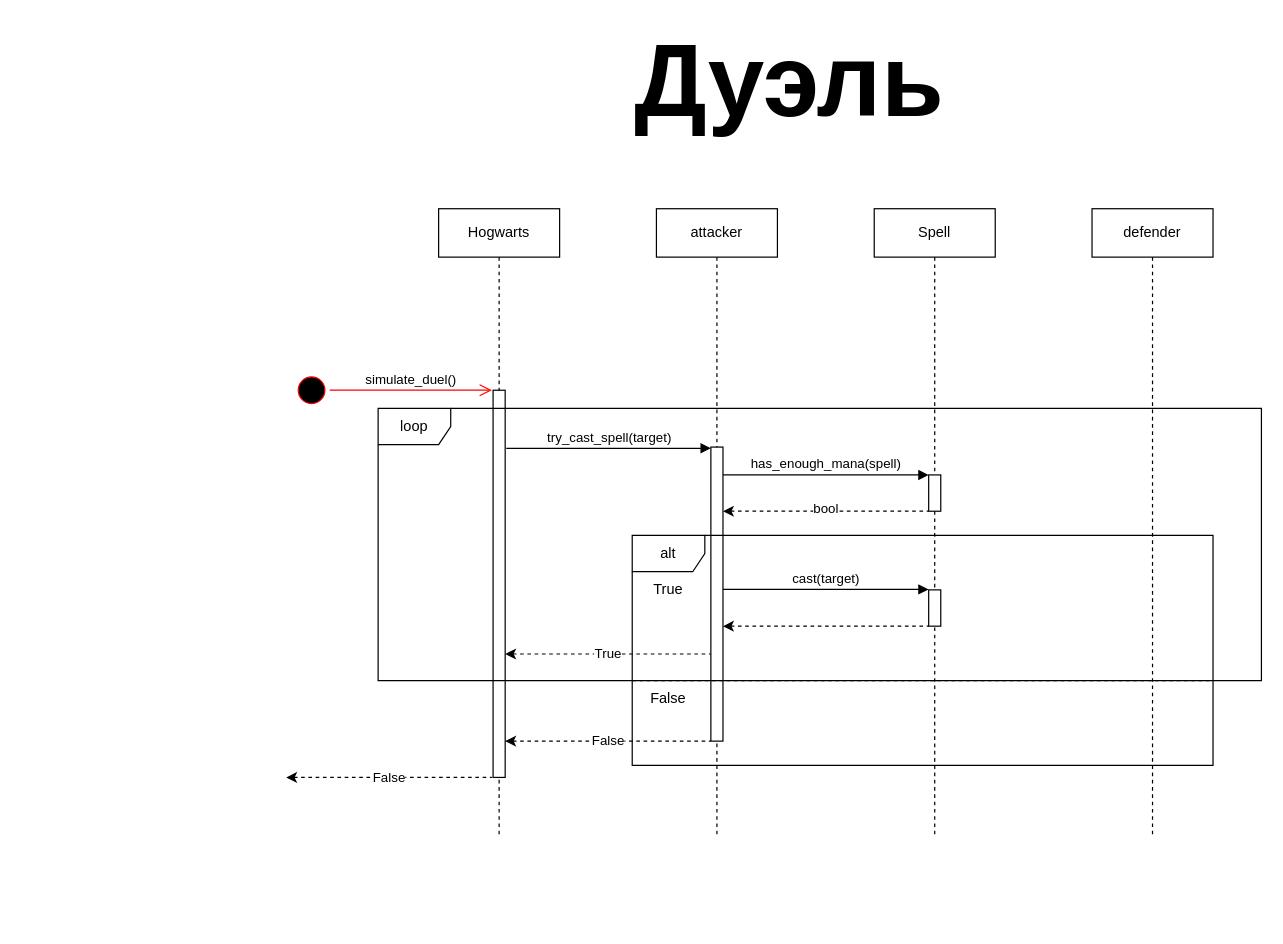
Before: hw_4/task4/SequenceDiagrammaTask4.drawio in yvi7693/oop_practices, a draw.io diagram. Source tidied: cells renumbered, new cells numbered last; positions are measured from the earlier drawing's top-left corner, leaving out a move shared by most shapes. Both pictures are drawn from the tidied source at 121%, with x=0, y=0 at pixel (286, 63).
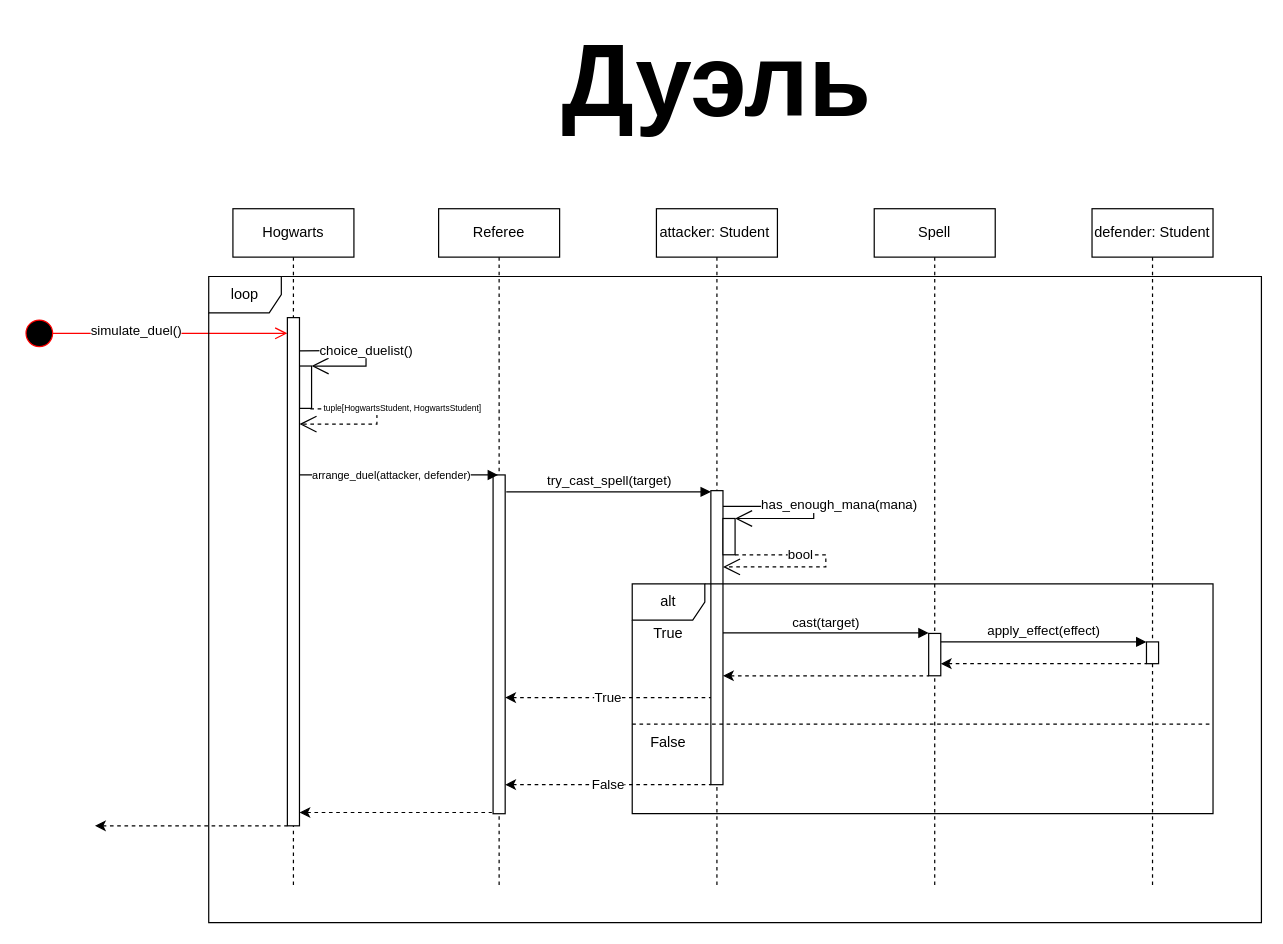
Above is the later version.

Commit message (it also covers changes not shown here):
добавлен класс referee

Diff of the diagram source:
```diff
@@
     <mxCell id="2" style="ellipse;html=1;shape=startState;fillColor=#000000;strokeColor=#ff0000;" parent="1" vertex="1">
-      <mxGeometry x="6" y="255" width="30" height="30" as="geometry" />
+      <mxGeometry x="-219" y="208" width="30" height="30" as="geometry" />
     </mxCell>
-    <mxCell id="3" value="simulate_duel()" style="edgeStyle=orthogonalEdgeStyle;html=1;verticalAlign=bottom;endArrow=open;endSize=8;strokeColor=#ff0000;rounded=0;" parent="1" edge="1" source="2">
-      <mxGeometry relative="1" as="geometry">
-        <mxPoint x="170" y="270" as="targetPoint" />
+    <mxCell id="3" value="simulate_duel()" style="edgeStyle=orthogonalEdgeStyle;html=1;verticalAlign=bottom;endArrow=open;endSize=8;strokeColor=#ff0000;rounded=0;" parent="1" edge="1">
+      <mxGeometry x="-0.29" y="-7" relative="1" as="geometry">
+        <mxPoint x="-193" y="223" as="sourcePoint" />
+        <mxPoint x="1" y="223" as="targetPoint" />
       </mxGeometry>
     </mxCell>
-    <mxCell id="4" value="attacker" style="shape=umlLifeline;perimeter=lifelinePerimeter;whiteSpace=wrap;html=1;newEdgeStyle={&quot;curved&quot;:0,&quot;rounded&quot;:0};" parent="1" vertex="1">
-      <mxGeometry x="306" y="120" width="100" height="520" as="geometry" />
+    <mxCell id="4" value="attacker: Student&amp;nbsp;" style="shape=umlLifeline;perimeter=lifelinePerimeter;whiteSpace=wrap;html=1;newEdgeStyle={&quot;curved&quot;:0,&quot;rounded&quot;:0};" parent="1" vertex="1">
+      <mxGeometry x="306" y="120" width="100" height="560" as="geometry" />
     </mxCell>
     <mxCell id="5" style="html=1;points=[[0,0,0,0,5],[0,1,0,0,-5],[1,0,0,0,5],[1,1,0,0,-5]];perimeter=orthogonalPerimeter;outlineConnect=0;targetShapes=umlLifeline;portConstraint=eastwest;newEdgeStyle={&quot;curved&quot;:0,&quot;rounded&quot;:0};" parent="4" vertex="1">
-      <mxGeometry x="45" y="197" width="10" height="243" as="geometry" />
+      <mxGeometry x="45" y="233" width="10" height="243" as="geometry" />
     </mxCell>
-    <mxCell id="6" value="Hogwarts" style="shape=umlLifeline;perimeter=lifelinePerimeter;whiteSpace=wrap;html=1;newEdgeStyle={&quot;curved&quot;:0,&quot;rounded&quot;:0};" parent="1" vertex="1">
-      <mxGeometry x="126" y="120" width="100" height="520" as="geometry" />
+    <mxCell id="6" value="Referee" style="shape=umlLifeline;perimeter=lifelinePerimeter;whiteSpace=wrap;html=1;newEdgeStyle={&quot;curved&quot;:0,&quot;rounded&quot;:0};" parent="1" vertex="1">
+      <mxGeometry x="126" y="120" width="100" height="560" as="geometry" />
     </mxCell>
     <mxCell id="7" style="html=1;perimeter=orthogonalPerimeter;targetShapes=umlLifeline;newEdgeStyle={&quot;curved&quot;:0,&quot;rounded&quot;:0};" parent="6" vertex="1">
-      <mxGeometry x="45" y="150" width="10" height="320" as="geometry" />
+      <mxGeometry x="45" y="220" width="10" height="280" as="geometry" />
     </mxCell>
     <mxCell id="8" value="Spell" style="shape=umlLifeline;perimeter=lifelinePerimeter;whiteSpace=wrap;html=1;newEdgeStyle={&quot;curved&quot;:0,&quot;rounded&quot;:0};" parent="1" vertex="1">
-      <mxGeometry x="486" y="120" width="100" height="520" as="geometry" />
+      <mxGeometry x="486" y="120" width="100" height="560" as="geometry" />
     </mxCell>
-    <mxCell id="9" value="defender" style="shape=umlLifeline;perimeter=lifelinePerimeter;whiteSpace=wrap;html=1;newEdgeStyle={&quot;curved&quot;:0,&quot;rounded&quot;:0};" parent="1" vertex="1">
-      <mxGeometry x="666" y="120" width="100" height="520" as="geometry" />
+    <mxCell id="9" value="defender: Student" style="shape=umlLifeline;perimeter=lifelinePerimeter;whiteSpace=wrap;html=1;newEdgeStyle={&quot;curved&quot;:0,&quot;rounded&quot;:0};" parent="1" vertex="1">
+      <mxGeometry x="666" y="120" width="100" height="560" as="geometry" />
     </mxCell>
     <mxCell id="10" value="alt" style="shape=umlFrame;whiteSpace=wrap;html=1;" parent="1" vertex="1">
-      <mxGeometry x="286" y="390" width="480" height="190" as="geometry" />
+      <mxGeometry x="286" y="430" width="480" height="190" as="geometry" />
     </mxCell>
     <mxCell id="11" style="endArrow=none;dashed=1;html=1;rounded=0;" parent="1" edge="1">
       <mxGeometry relative="1" as="geometry">
-        <mxPoint x="286" y="510" as="sourcePoint" />
-        <mxPoint x="765" y="510" as="targetPoint" />
+        <mxPoint x="286" y="546" as="sourcePoint" />
+        <mxPoint x="765" y="546" as="targetPoint" />
       </mxGeometry>
     </mxCell>
     <mxCell id="12" value="Дуэль" style="text;html=1;whiteSpace=wrap;strokeColor=none;fillColor=none;align=center;verticalAlign=middle;rounded=0;glass=0;fontStyle=1;fontSize=84;" parent="1" vertex="1">
-      <mxGeometry x="386" width="60" height="30" as="geometry" />
+      <mxGeometry x="326" width="60" height="30" as="geometry" />
     </mxCell>
     <mxCell id="13" value="try_cast_spell(target)" style="html=1;verticalAlign=bottom;endArrow=block;curved=0;rounded=0;" parent="1" edge="1" target="5">
       <mxGeometry relative="1" as="geometry">
-        <mxPoint x="181.9" y="318" as="sourcePoint" />
+        <mxPoint x="181.9" y="354" as="sourcePoint" />
         <Array as="points">
-          <mxPoint x="222" y="318" />
-          <mxPoint x="272" y="318" />
+          <mxPoint x="222" y="354" />
+          <mxPoint x="272" y="354" />
         </Array>
       </mxGeometry>
     </mxCell>
-    <mxCell id="14" value="loop" style="shape=umlFrame;whiteSpace=wrap;html=1;" parent="1" vertex="1">
-      <mxGeometry x="76" y="285" width="730" height="225" as="geometry" />
-    </mxCell>
-    <mxCell id="15" value="has_enough_mana(spell)" style="html=1;verticalAlign=bottom;endArrow=block;curved=0;rounded=0;" parent="1" edge="1" target="16">
-      <mxGeometry relative="1" as="geometry">
-        <mxPoint x="361" y="340" as="sourcePoint" />
-        <Array as="points">
-          <mxPoint x="401.1" y="340" />
-          <mxPoint x="451.1" y="340" />
-        </Array>
-      </mxGeometry>
-    </mxCell>
     <mxCell id="16" style="html=1;points=[[0,0,0,0,5],[0,1,0,0,-5],[1,0,0,0,5],[1,1,0,0,-5]];perimeter=orthogonalPerimeter;outlineConnect=0;targetShapes=umlLifeline;portConstraint=eastwest;newEdgeStyle={&quot;curved&quot;:0,&quot;rounded&quot;:0};" parent="1" vertex="1">
-      <mxGeometry x="531" y="340" width="10" height="30" as="geometry" />
+      <mxGeometry x="361" y="376" width="10" height="30" as="geometry" />
     </mxCell>
-    <mxCell id="17" style="endArrow=none;endFill=0;endSize=12;html=1;rounded=0;startArrow=classic;startFill=1;dashed=1;" parent="1" edge="1">
-      <mxGeometry relative="1" as="geometry">
-        <mxPoint x="361" y="370" as="sourcePoint" />
-        <mxPoint x="531" y="370" as="targetPoint" />
-      </mxGeometry>
-    </mxCell>
-    <mxCell id="18" value="bool" style="edgeLabel;html=1;align=center;verticalAlign=middle;" parent="17" vertex="1">
-      <mxGeometry x="-0.23" y="3" relative="1" as="geometry">
-        <mxPoint x="19" as="offset" />
-      </mxGeometry>
-    </mxCell>
     <mxCell id="19" value="True" style="text;html=1;whiteSpace=wrap;strokeColor=none;fillColor=none;align=center;verticalAlign=middle;rounded=0;" parent="1" vertex="1">
-      <mxGeometry x="286" y="420" width="60" height="30" as="geometry" />
+      <mxGeometry x="286" y="456" width="60" height="30" as="geometry" />
     </mxCell>
     <mxCell id="20" value="cast(target)" style="html=1;verticalAlign=bottom;endArrow=block;curved=0;rounded=0;" parent="1" edge="1">
       <mxGeometry relative="1" as="geometry">
-        <mxPoint x="361" y="434.6" as="sourcePoint" />
-        <mxPoint x="531" y="434.6" as="targetPoint" />
+        <mxPoint x="361" y="470.6" as="sourcePoint" />
+        <mxPoint x="531" y="470.6" as="targetPoint" />
         <Array as="points">
-          <mxPoint x="401.1" y="434.6" />
-          <mxPoint x="451.1" y="434.6" />
+          <mxPoint x="401.1" y="470.6" />
+          <mxPoint x="451.1" y="470.6" />
         </Array>
       </mxGeometry>
     </mxCell>
     <mxCell id="21" style="html=1;perimeter=orthogonalPerimeter;targetShapes=umlLifeline;newEdgeStyle={&quot;curved&quot;:0,&quot;rounded&quot;:0};" parent="1" vertex="1">
-      <mxGeometry x="531" y="435" width="10" height="30" as="geometry" />
+      <mxGeometry x="531" y="471" width="10" height="35" as="geometry" />
     </mxCell>
     <mxCell id="22" style="endArrow=none;endFill=0;endSize=12;html=1;rounded=0;startArrow=classic;startFill=1;dashed=1;" parent="1" edge="1">
       <mxGeometry relative="1" as="geometry">
-        <mxPoint x="361" y="465" as="sourcePoint" />
-        <mxPoint x="531" y="465" as="targetPoint" />
+        <mxPoint x="361" y="506" as="sourcePoint" />
+        <mxPoint x="531" y="506" as="targetPoint" />
       </mxGeometry>
     </mxCell>
     <mxCell id="23" value="True" style="endArrow=none;endFill=0;endSize=12;html=1;rounded=0;startArrow=classic;startFill=1;dashed=1;" parent="1" edge="1">
       <mxGeometry relative="1" as="geometry">
-        <mxPoint x="181" y="488" as="sourcePoint" />
-        <mxPoint x="351" y="488" as="targetPoint" />
+        <mxPoint x="181" y="524" as="sourcePoint" />
+        <mxPoint x="351" y="524" as="targetPoint" />
       </mxGeometry>
     </mxCell>
     <mxCell id="24" value="False" style="endArrow=none;endFill=0;endSize=12;html=1;rounded=0;startArrow=classic;startFill=1;dashed=1;" parent="1" edge="1">
       <mxGeometry relative="1" as="geometry">
-        <mxPoint x="181" y="560" as="sourcePoint" />
-        <mxPoint x="351" y="560" as="targetPoint" />
+        <mxPoint x="181" y="596" as="sourcePoint" />
+        <mxPoint x="351" y="596" as="targetPoint" />
       </mxGeometry>
     </mxCell>
     <mxCell id="25" value="False" style="text;html=1;whiteSpace=wrap;strokeColor=none;fillColor=none;align=center;verticalAlign=middle;rounded=0;" parent="1" vertex="1">
-      <mxGeometry x="286" y="510" width="60" height="30" as="geometry" />
+      <mxGeometry x="286" y="546" width="60" height="30" as="geometry" />
     </mxCell>
-    <mxCell id="26" value="False" style="endArrow=none;endFill=0;endSize=12;html=1;rounded=0;startArrow=classic;startFill=1;dashed=1;" parent="1" edge="1">
+    <mxCell id="26" style="endArrow=none;endFill=0;endSize=12;html=1;rounded=0;startArrow=classic;startFill=1;dashed=1;" parent="1" edge="1" source="38">
       <mxGeometry relative="1" as="geometry">
-        <mxPoint y="590" as="sourcePoint" />
-        <mxPoint x="170" y="590" as="targetPoint" />
+        <mxPoint x="170" y="619" as="targetPoint" />
       </mxGeometry>
     </mxCell>
+    <mxCell id="27" style="endArrow=open;endFill=1;endSize=12;html=1;rounded=0;" parent="1" edge="1" target="16">
+      <mxGeometry relative="1" as="geometry">
+        <mxPoint x="361" y="366" as="sourcePoint" />
+        <Array as="points">
+          <mxPoint x="436" y="366" />
+          <mxPoint x="436" y="376" />
+        </Array>
+      </mxGeometry>
+    </mxCell>
+    <mxCell id="28" value="has_enough_mana(mana)" style="edgeLabel;html=1;align=center;verticalAlign=middle;" parent="27" vertex="1">
+      <mxGeometry x="-0.23" y="2" relative="1" as="geometry">
+        <mxPoint x="37" as="offset" />
+      </mxGeometry>
+    </mxCell>
+    <mxCell id="29" style="endArrow=open;endFill=1;endSize=12;html=1;rounded=0;dashed=1;" parent="1" edge="1" target="5">
+      <mxGeometry relative="1" as="geometry">
+        <mxPoint x="371" y="406" as="sourcePoint" />
+        <Array as="points">
+          <mxPoint x="446" y="406" />
+          <mxPoint x="446" y="416" />
+        </Array>
+      </mxGeometry>
+    </mxCell>
+    <mxCell id="18" value="bool" style="edgeLabel;html=1;align=center;verticalAlign=middle;" parent="29" vertex="1">
+      <mxGeometry x="-0.38" y="1" relative="1" as="geometry" />
+    </mxCell>
+    <mxCell id="30" value="apply_effect(effect)" style="html=1;verticalAlign=bottom;endArrow=block;curved=0;rounded=0;" parent="1" edge="1">
+      <mxGeometry relative="1" as="geometry">
+        <mxPoint x="541" y="478" as="sourcePoint" />
+        <mxPoint x="711" y="478" as="targetPoint" />
+        <Array as="points">
+          <mxPoint x="581.1" y="478" />
+          <mxPoint x="631.1" y="478" />
+        </Array>
+      </mxGeometry>
+    </mxCell>
+    <mxCell id="31" style="html=1;perimeter=orthogonalPerimeter;targetShapes=umlLifeline;newEdgeStyle={&quot;curved&quot;:0,&quot;rounded&quot;:0};" parent="1" vertex="1">
+      <mxGeometry x="711" y="478" width="10" height="18" as="geometry" />
+    </mxCell>
+    <mxCell id="32" style="endArrow=none;endFill=0;endSize=12;html=1;rounded=0;startArrow=classic;startFill=1;dashed=1;" parent="1" edge="1">
+      <mxGeometry relative="1" as="geometry">
+        <mxPoint x="541" y="496" as="sourcePoint" />
+        <mxPoint x="711" y="496" as="targetPoint" />
+      </mxGeometry>
+    </mxCell>
+    <mxCell id="33" value="Hogwarts" style="shape=umlLifeline;perimeter=lifelinePerimeter;whiteSpace=wrap;html=1;newEdgeStyle={&quot;curved&quot;:0,&quot;rounded&quot;:0};" parent="1" vertex="1">
+      <mxGeometry x="-44" y="120" width="100" height="560" as="geometry" />
+    </mxCell>
+    <mxCell id="34" style="html=1;points=[[0,0,0,0,5],[0,1,0,0,-5],[1,0,0,0,5],[1,1,0,0,-5]];perimeter=orthogonalPerimeter;outlineConnect=0;targetShapes=umlLifeline;portConstraint=eastwest;newEdgeStyle={&quot;curved&quot;:0,&quot;rounded&quot;:0};" parent="33" vertex="1">
+      <mxGeometry x="55" y="130" width="10" height="35" as="geometry" />
+    </mxCell>
+    <mxCell id="35" style="html=1;verticalAlign=bottom;endArrow=block;curved=0;rounded=0;" parent="1" edge="1">
+      <mxGeometry relative="1" as="geometry">
+        <mxPoint x="11" y="340" as="sourcePoint" />
+        <mxPoint x="175.1" y="340" as="targetPoint" />
+        <Array as="points">
+          <mxPoint x="46.1" y="340" />
+          <mxPoint x="96.1" y="340" />
+        </Array>
+      </mxGeometry>
+    </mxCell>
+    <mxCell id="36" value="arrange_duel(attacker, defender)" style="edgeLabel;html=1;align=center;verticalAlign=middle;fontSize=9;" parent="35" vertex="1">
+      <mxGeometry x="-0.23" relative="1" as="geometry">
+        <mxPoint x="12" as="offset" />
+      </mxGeometry>
+    </mxCell>
+    <mxCell id="37" style="html=1;verticalAlign=bottom;endArrow=block;curved=0;rounded=0;" parent="1" edge="1" target="38">
+      <mxGeometry relative="1" as="geometry">
+        <mxPoint x="6" y="269.6" as="sourcePoint" />
+      </mxGeometry>
+    </mxCell>
+    <mxCell id="38" style="html=1;points=[[0,0,0,0,5],[0,1,0,0,-5],[1,0,0,0,5],[1,1,0,0,-5]];perimeter=orthogonalPerimeter;outlineConnect=0;targetShapes=umlLifeline;portConstraint=eastwest;newEdgeStyle={&quot;curved&quot;:0,&quot;rounded&quot;:0};" parent="1" vertex="1">
+      <mxGeometry x="1" y="210" width="10" height="420" as="geometry" />
+    </mxCell>
+    <mxCell id="39" style="endArrow=open;endFill=1;endSize=12;html=1;rounded=0;" parent="1" edge="1" target="34">
+      <mxGeometry relative="1" as="geometry">
+        <mxPoint x="11" y="237.4" as="sourcePoint" />
+        <Array as="points">
+          <mxPoint x="66" y="237" />
+          <mxPoint x="66" y="250" />
+        </Array>
+      </mxGeometry>
+    </mxCell>
+    <mxCell id="40" value="choice_duelist()" style="edgeLabel;html=1;align=center;verticalAlign=middle;" parent="39" vertex="1">
+      <mxGeometry x="-0.37" y="1" relative="1" as="geometry">
+        <mxPoint x="19" as="offset" />
+      </mxGeometry>
+    </mxCell>
+    <mxCell id="41" style="endArrow=open;endFill=1;endSize=12;html=1;rounded=0;dashed=1;" parent="1" edge="1" target="38">
+      <mxGeometry relative="1" as="geometry">
+        <mxPoint x="20" y="285.4" as="sourcePoint" />
+        <Array as="points">
+          <mxPoint x="75" y="285" />
+          <mxPoint x="75" y="298" />
+        </Array>
+      </mxGeometry>
+    </mxCell>
+    <mxCell id="42" value="tuple[HogwartsStudent, HogwartsStudent]" style="edgeLabel;html=1;align=center;verticalAlign=middle;fontSize=7;" parent="41" vertex="1">
+      <mxGeometry x="-0.37" y="1" relative="1" as="geometry">
+        <mxPoint x="34" y="1" as="offset" />
+      </mxGeometry>
+    </mxCell>
+    <mxCell id="43" style="endArrow=none;endFill=0;endSize=12;html=1;rounded=0;startArrow=classic;startFill=1;dashed=1;" parent="1" edge="1">
+      <mxGeometry relative="1" as="geometry">
+        <mxPoint x="-158" y="630" as="sourcePoint" />
+        <mxPoint x="1" y="630" as="targetPoint" />
+      </mxGeometry>
+    </mxCell>
+    <mxCell id="14" value="loop" style="shape=umlFrame;whiteSpace=wrap;html=1;" parent="1" vertex="1">
+      <mxGeometry x="-64" y="176" width="870" height="534" as="geometry" />
+    </mxCell>
```
